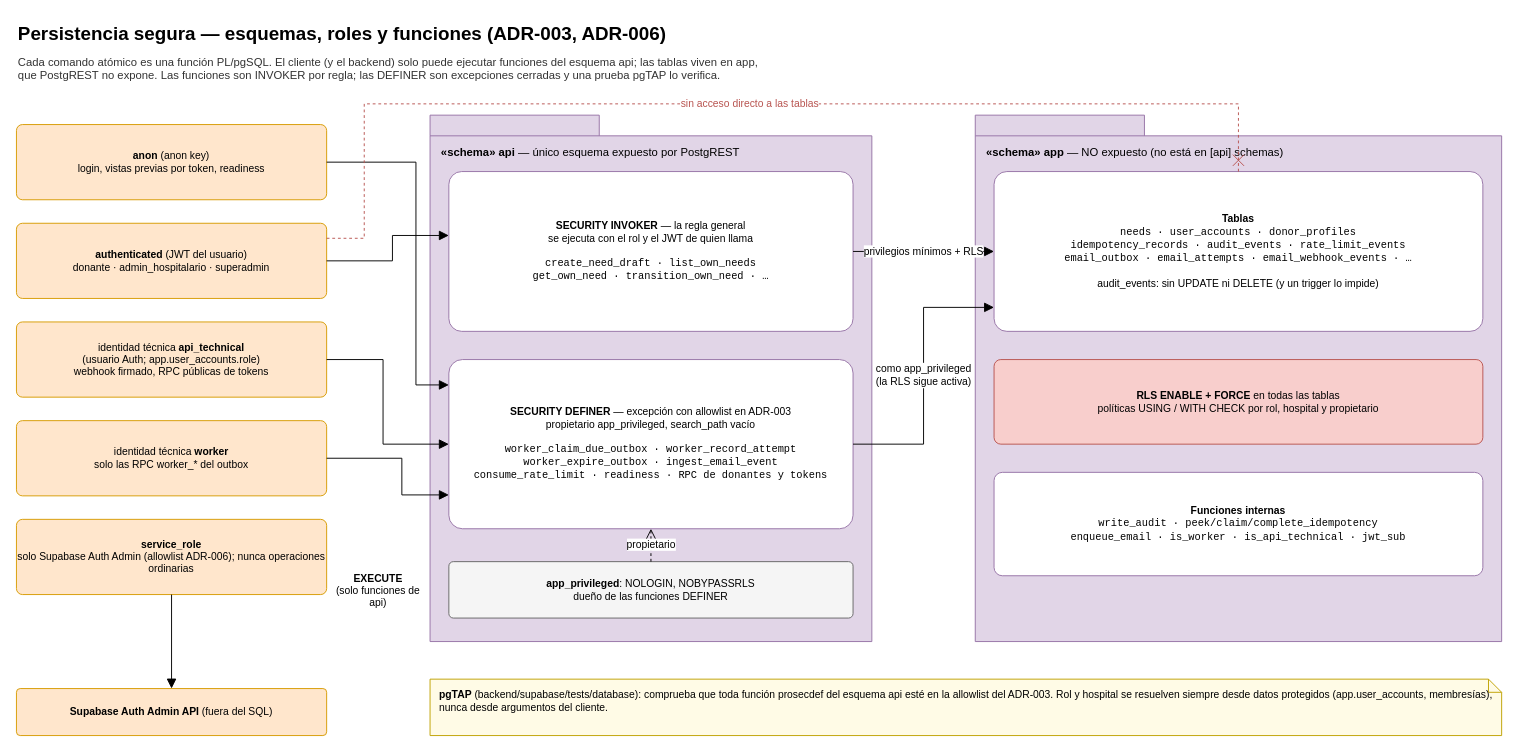
DiegoRomanP/Safe-a-Life keeps this draw.io diagram as page "05 Persistencia segura" (6 of 25) of evidence_pc2/diagramas/save-a-life-uml.drawio. Above is the earlier version. Source tidied: cells renumbered, new cells numbered last; positions are measured from the earlier drawing's top-left corner, leaving out a move shared by most shapes. Both pictures are drawn from the tidied source at 94%, with x=0, y=0 at pixel (16, 16).
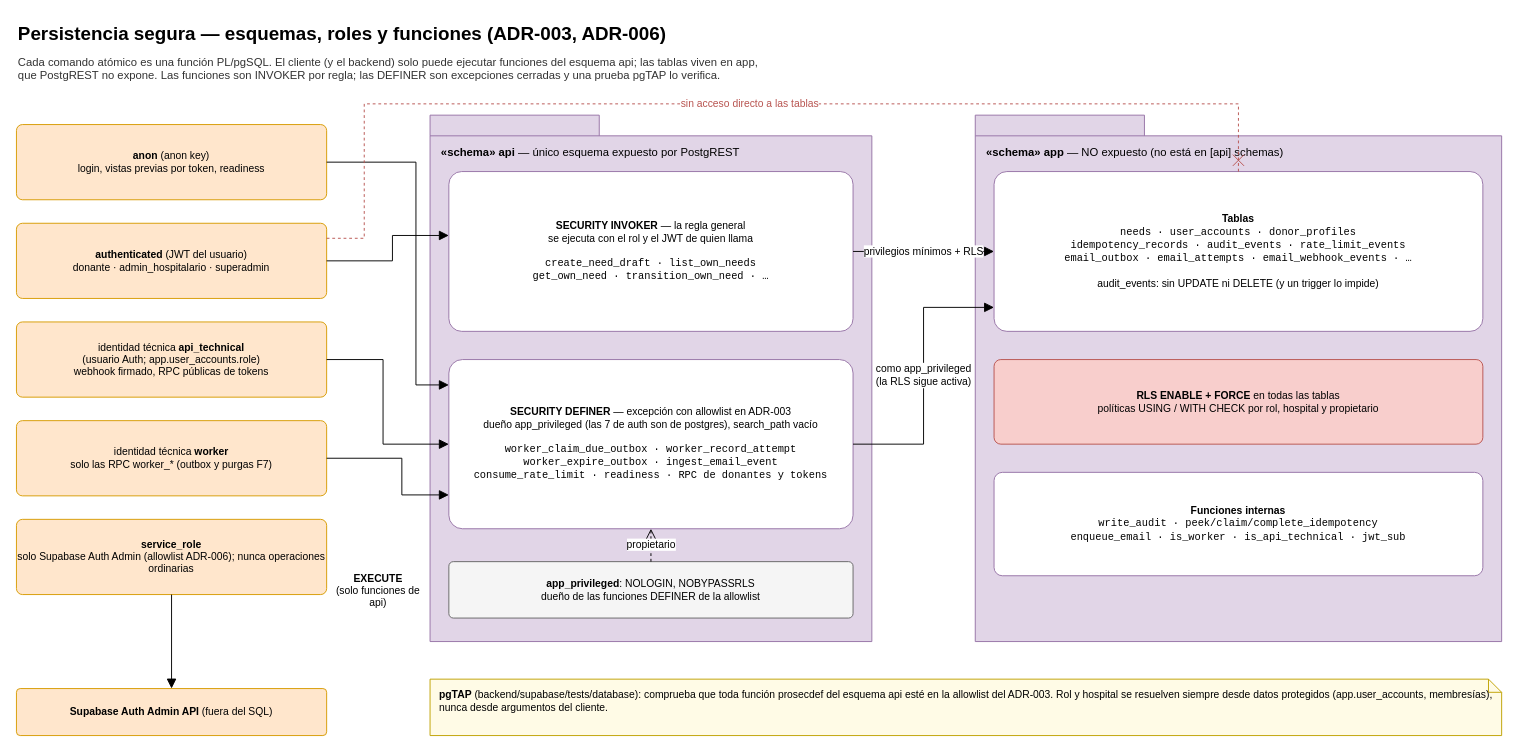
The same diagram, later.

The change refers to these unchanged cells:
```xml
<mxCell id="9" value="&lt;b&gt;«schema» api&lt;/b&gt; — único esquema expuesto por PostgREST" style="shape=folder;tabWidth=180;tabHeight=22;tabPosition=left;html=1;whiteSpace=wrap;verticalAlign=top;align=left;spacingLeft=10;spacingTop=26;fontSize=12;fillColor=#e1d5e7;strokeColor=#9673a6;" parent="1" vertex="1">
  <mxGeometry x="440" y="105" width="470" height="560" as="geometry" />
</mxCell>
```

What changed in the source:
```diff
@@
-    <mxCell id="7" value="identidad técnica &lt;b&gt;worker&lt;/b&gt;&lt;br&gt;solo las RPC worker_* del outbox" style="rounded=1;arcSize=8;whiteSpace=wrap;html=1;fontSize=11;fillColor=#ffe6cc;strokeColor=#d79b00;" parent="1" vertex="1">
+    <mxCell id="7" value="identidad técnica &lt;b&gt;worker&lt;/b&gt;&lt;br&gt;solo las RPC worker_* (outbox y purgas F7)" style="rounded=1;arcSize=8;whiteSpace=wrap;html=1;fontSize=11;fillColor=#ffe6cc;strokeColor=#d79b00;" parent="1" vertex="1">
       <mxGeometry y="430" width="330" height="80" as="geometry" />
     </mxCell>
@@
-    <mxCell id="11" value="&lt;b&gt;SECURITY DEFINER&lt;/b&gt; — excepción con allowlist en ADR-003&lt;br&gt;propietario app_privileged, search_path vacío&lt;br&gt;&lt;br&gt;&lt;font face=&quot;Courier New&quot;&gt;worker_claim_due_outbox · worker_record_attempt&lt;br&gt;worker_expire_outbox · ingest_email_event&lt;br&gt;consume_rate_limit · readiness · RPC de donantes y tokens&lt;/font&gt;" style="rounded=1;arcSize=8;whiteSpace=wrap;html=1;fontSize=11;fillColor=#e1d5e7;strokeColor=#9673a6;fillColor=#ffffff;" parent="9" vertex="1">
+    <mxCell id="11" value="&lt;b&gt;SECURITY DEFINER&lt;/b&gt; — excepción con allowlist en ADR-003&lt;br&gt;dueño app_privileged (las 7 de auth son de postgres), search_path vacío&lt;br&gt;&lt;br&gt;&lt;font face=&quot;Courier New&quot;&gt;worker_claim_due_outbox · worker_record_attempt&lt;br&gt;worker_expire_outbox · ingest_email_event&lt;br&gt;consume_rate_limit · readiness · RPC de donantes y tokens&lt;/font&gt;" style="rounded=1;arcSize=8;whiteSpace=wrap;html=1;fontSize=11;fillColor=#e1d5e7;strokeColor=#9673a6;fillColor=#ffffff;" parent="9" vertex="1">
       <mxGeometry x="20" y="260" width="430" height="180" as="geometry" />
     </mxCell>
-    <mxCell id="12" value="&lt;b&gt;app_privileged&lt;/b&gt;: NOLOGIN, NOBYPASSRLS&lt;br&gt;dueño de las funciones DEFINER" style="rounded=1;arcSize=8;whiteSpace=wrap;html=1;fontSize=11;fillColor=#f5f5f5;strokeColor=#666666;" parent="9" vertex="1">
+    <mxCell id="12" value="&lt;b&gt;app_privileged&lt;/b&gt;: NOLOGIN, NOBYPASSRLS&lt;br&gt;dueño de las funciones DEFINER de la allowlist" style="rounded=1;arcSize=8;whiteSpace=wrap;html=1;fontSize=11;fillColor=#f5f5f5;strokeColor=#666666;" parent="9" vertex="1">
       <mxGeometry x="20" y="475" width="430" height="60" as="geometry" />
     </mxCell>
```
